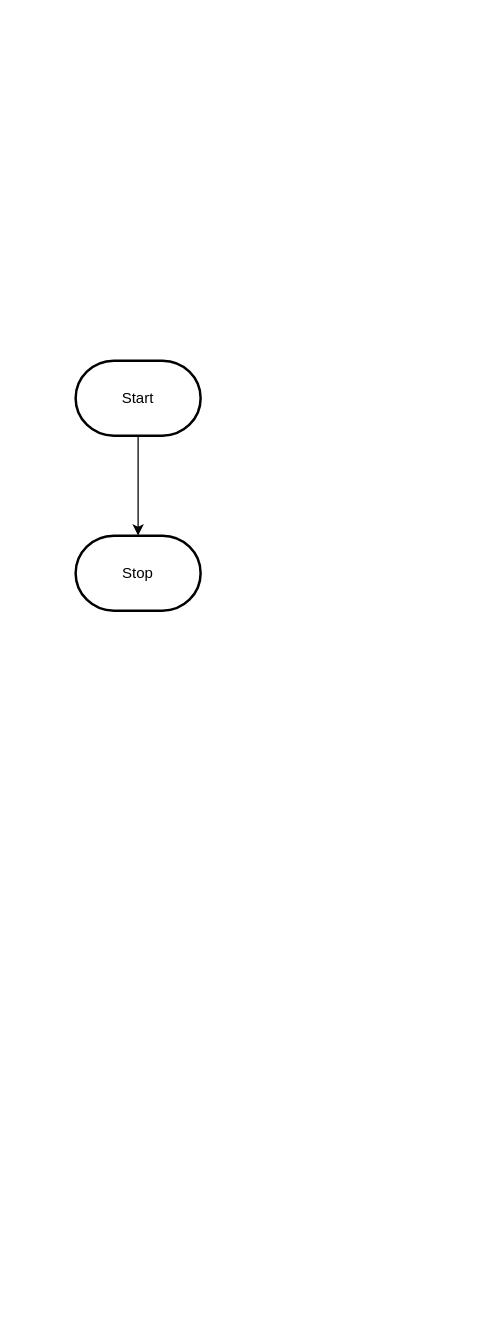
The draw.io diagram design/flowchart.drawio in MTHS-ICD2O-1-2023/ICD2O-Unit-5-01-George-Khalil-29, before the edit. Source tidied: cells renumbered, new cells numbered last; positions are measured from the earlier drawing's top-left corner, leaving out a move shared by most shapes. Both pictures are drawn from the tidied source at 125%, with x=0, y=0 at pixel (75, 360).
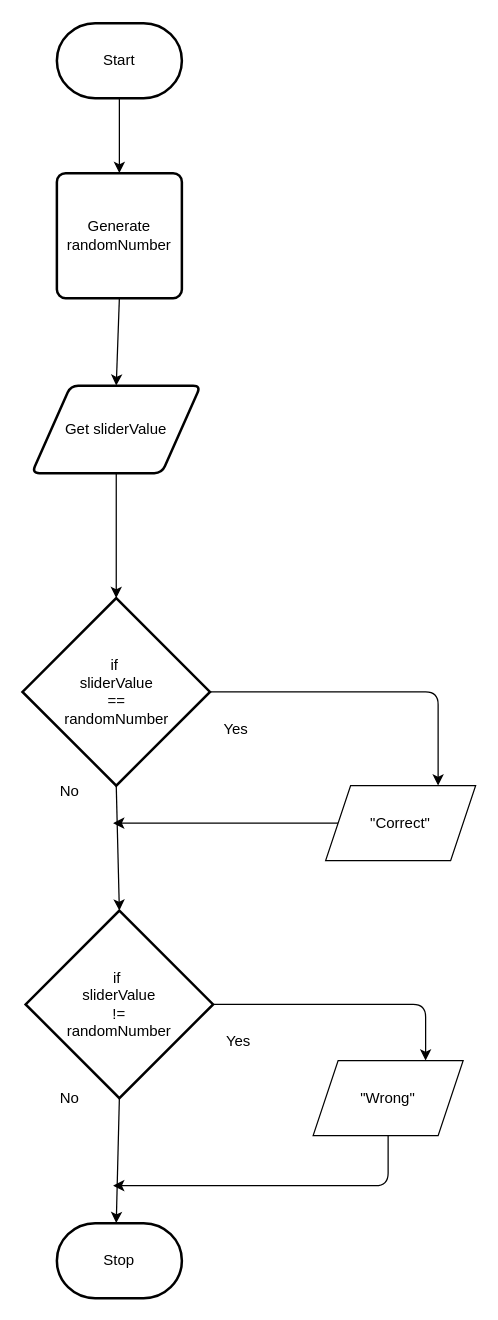
After the change.

Diff of the diagram source:
```diff
@@
-    <mxCell id="2" style="edgeStyle=orthogonalEdgeStyle;html=1;rounded=0;" parent="1" edge="1" source="3" target="4">
-      <mxGeometry relative="1" as="geometry" />
-    </mxCell>
+    <mxCell id="5" style="edgeStyle=none;html=1;entryX=0.5;entryY=0;entryDx=0;entryDy=0;" parent="1" edge="1" source="3" target="21">
+      <mxGeometry relative="1" as="geometry" />
+    </mxCell>
     <mxCell id="3" value="Start" style="strokeWidth=2;html=1;shape=mxgraph.flowchart.terminator;whiteSpace=wrap;" parent="1" vertex="1">
-      <mxGeometry width="100" height="60" as="geometry" />
+      <mxGeometry x="-15" y="-270" width="100" height="60" as="geometry" />
     </mxCell>
     <mxCell id="4" value="Stop" style="strokeWidth=2;html=1;shape=mxgraph.flowchart.terminator;whiteSpace=wrap;" parent="1" vertex="1">
-      <mxGeometry y="140" width="100" height="60" as="geometry" />
+      <mxGeometry x="-15" y="690" width="100" height="60" as="geometry" />
     </mxCell>
+    <mxCell id="6" style="edgeStyle=none;html=1;exitX=0.5;exitY=1;exitDx=0;exitDy=0;entryX=0.5;entryY=0;entryDx=0;entryDy=0;" parent="1" edge="1" source="21" target="20">
+      <mxGeometry relative="1" as="geometry" />
+    </mxCell>
+    <mxCell id="7" style="edgeStyle=none;html=1;entryX=0.75;entryY=0;entryDx=0;entryDy=0;exitX=1;exitY=0.5;exitDx=0;exitDy=0;exitPerimeter=0;" parent="1" edge="1" source="22" target="10">
+      <mxGeometry relative="1" as="geometry">
+        <Array as="points">
+          <mxPoint x="290" y="265" />
+        </Array>
+      </mxGeometry>
+    </mxCell>
+    <mxCell id="8" style="edgeStyle=none;html=1;exitX=0.5;exitY=1;exitDx=0;exitDy=0;exitPerimeter=0;entryX=0.5;entryY=0;entryDx=0;entryDy=0;entryPerimeter=0;" parent="1" edge="1" source="22" target="23">
+      <mxGeometry relative="1" as="geometry" />
+    </mxCell>
+    <mxCell id="9" style="edgeStyle=none;html=1;" parent="1" edge="1" source="10">
+      <mxGeometry relative="1" as="geometry">
+        <mxPoint x="30" y="370" as="targetPoint" />
+      </mxGeometry>
+    </mxCell>
+    <mxCell id="10" value="&quot;Correct&quot;" style="shape=parallelogram;perimeter=parallelogramPerimeter;whiteSpace=wrap;html=1;fixedSize=1;" parent="1" vertex="1">
+      <mxGeometry x="200" y="340" width="120" height="60" as="geometry" />
+    </mxCell>
+    <mxCell id="11" value="Yes" style="text;html=1;align=center;verticalAlign=middle;strokeColor=none;fillColor=none;" parent="1" vertex="1">
+      <mxGeometry x="107.5" y="280" width="40" height="30" as="geometry" />
+    </mxCell>
+    <mxCell id="12" value="No" style="text;html=1;align=center;verticalAlign=middle;strokeColor=none;fillColor=none;" parent="1" vertex="1">
+      <mxGeometry x="-25" y="330" width="40" height="30" as="geometry" />
+    </mxCell>
+    <mxCell id="13" style="edgeStyle=none;html=1;entryX=0.75;entryY=0;entryDx=0;entryDy=0;exitX=1;exitY=0.5;exitDx=0;exitDy=0;exitPerimeter=0;" parent="1" edge="1" source="23" target="16">
+      <mxGeometry relative="1" as="geometry">
+        <Array as="points">
+          <mxPoint x="280" y="515" />
+        </Array>
+      </mxGeometry>
+    </mxCell>
+    <mxCell id="14" style="edgeStyle=none;rounded=1;hachureGap=4;html=1;fontFamily=Architects Daughter;fontSize=16;exitX=0.5;exitY=1;exitDx=0;exitDy=0;exitPerimeter=0;" parent="1" edge="1" source="23">
+      <mxGeometry relative="1" as="geometry">
+        <mxPoint x="32.5" y="690" as="targetPoint" />
+      </mxGeometry>
+    </mxCell>
+    <mxCell id="15" style="edgeStyle=none;rounded=1;hachureGap=4;html=1;fontFamily=Architects Daughter;fontSize=16;" parent="1" edge="1" source="16">
+      <mxGeometry relative="1" as="geometry">
+        <mxPoint x="30" y="660" as="targetPoint" />
+        <Array as="points">
+          <mxPoint x="250" y="660" />
+        </Array>
+      </mxGeometry>
+    </mxCell>
+    <mxCell id="16" value="&quot;Wrong&quot;" style="shape=parallelogram;perimeter=parallelogramPerimeter;whiteSpace=wrap;html=1;fixedSize=1;" parent="1" vertex="1">
+      <mxGeometry x="190" y="560" width="120" height="60" as="geometry" />
+    </mxCell>
+    <mxCell id="17" value="Yes&lt;br&gt;" style="text;html=1;align=center;verticalAlign=middle;strokeColor=none;fillColor=none;" parent="1" vertex="1">
+      <mxGeometry x="110" y="530" width="40" height="30" as="geometry" />
+    </mxCell>
+    <mxCell id="18" value="No&lt;br&gt;" style="text;html=1;align=center;verticalAlign=middle;strokeColor=none;fillColor=none;" parent="1" vertex="1">
+      <mxGeometry x="-25" y="575" width="40" height="30" as="geometry" />
+    </mxCell>
+    <mxCell id="19" style="edgeStyle=none;html=1;entryX=0.5;entryY=0;entryDx=0;entryDy=0;entryPerimeter=0;" parent="1" edge="1" source="20" target="22">
+      <mxGeometry relative="1" as="geometry" />
+    </mxCell>
+    <mxCell id="20" value="Get sliderValue" style="shape=parallelogram;html=1;strokeWidth=2;perimeter=parallelogramPerimeter;whiteSpace=wrap;rounded=1;arcSize=12;size=0.23;" parent="1" vertex="1">
+      <mxGeometry x="-35" y="20" width="135" height="70" as="geometry" />
+    </mxCell>
+    <mxCell id="21" value="Generate randomNumber" style="rounded=1;whiteSpace=wrap;html=1;absoluteArcSize=1;arcSize=14;strokeWidth=2;" parent="1" vertex="1">
+      <mxGeometry x="-15" y="-150" width="100" height="100" as="geometry" />
+    </mxCell>
+    <mxCell id="22" value="if&amp;nbsp;&lt;br&gt;sliderValue&lt;br&gt;==&lt;br&gt;randomNumber" style="strokeWidth=2;html=1;shape=mxgraph.flowchart.decision;whiteSpace=wrap;rotation=0;" parent="1" vertex="1">
+      <mxGeometry x="-42.5" y="190" width="150" height="150" as="geometry" />
+    </mxCell>
+    <mxCell id="23" value="if&amp;nbsp;&lt;br&gt;sliderValue&lt;br&gt;!=&lt;br&gt;randomNumber" style="strokeWidth=2;html=1;shape=mxgraph.flowchart.decision;whiteSpace=wrap;rotation=0;" parent="1" vertex="1">
+      <mxGeometry x="-40" y="440" width="150" height="150" as="geometry" />
+    </mxCell>
```
